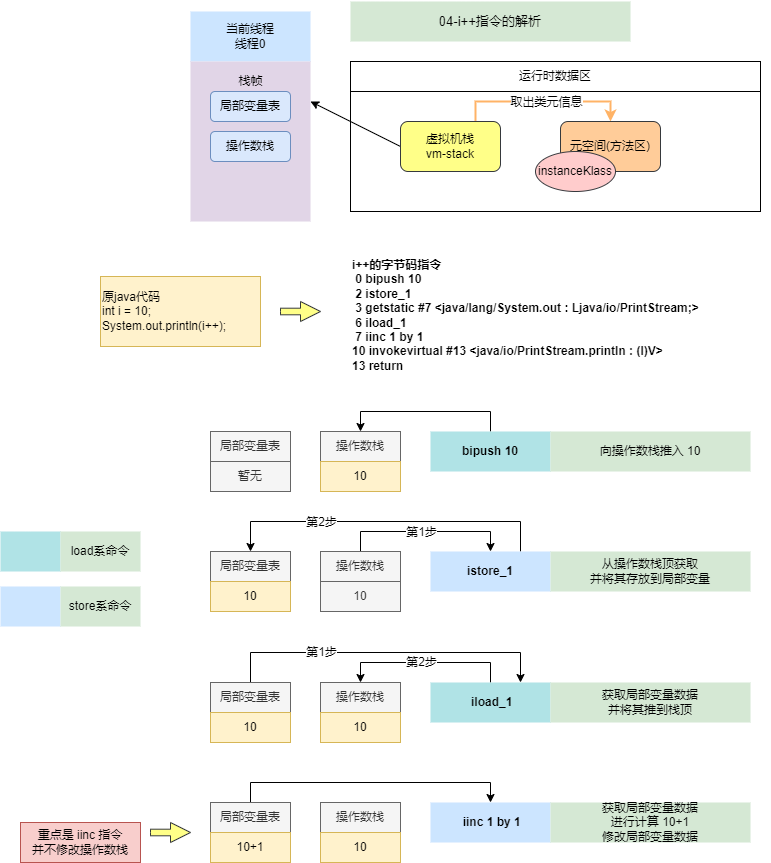
This is jvm/i++_runing_explain.png from yufarui/simple_picture, a draw.io export, as it was before one commit. Source tidied: cells renumbered, new cells last; positions are measured from the earlier drawing's top-left corner, leaving out a move shared by most shapes. Its diagram source:
```xml
<mxGraphModel>
  <root>
    <mxCell id="0" />
    <mxCell id="1" parent="0" />
    <mxCell id="2" style="rounded=0;whiteSpace=wrap;html=1;fontSize=12;" parent="1" vertex="1">
      <mxGeometry x="350" y="90" width="410" height="120" as="geometry" />
    </mxCell>
    <mxCell id="3" style="edgeStyle=orthogonalEdgeStyle;rounded=0;jettySize=auto;html=1;exitX=0.75;exitY=0;exitDx=0;exitDy=0;entryX=0.5;entryY=0;entryDx=0;entryDy=0;strokeColor=#FFB366;strokeWidth=2;" parent="1" edge="1" source="6" target="7">
      <mxGeometry relative="1" as="geometry" />
    </mxCell>
    <mxCell id="4" value="取出类元信息" style="edgeLabel;html=1;align=center;verticalAlign=middle;" parent="3" vertex="1">
      <mxGeometry x="0.17" y="-1" relative="1" as="geometry">
        <mxPoint x="-12" y="-1" as="offset" />
      </mxGeometry>
    </mxCell>
    <mxCell id="5" style="edgeStyle=none;rounded=0;jettySize=auto;html=1;exitX=0;exitY=0.5;exitDx=0;exitDy=0;entryX=1;entryY=0.25;entryDx=0;entryDy=0;" parent="1" edge="1" source="6" target="13">
      <mxGeometry relative="1" as="geometry" />
    </mxCell>
    <mxCell id="6" value="虚拟机栈&lt;br&gt;vm-stack" style="rounded=1;whiteSpace=wrap;html=1;fillColor=#ffff88;strokeColor=#36393d;" parent="1" vertex="1">
      <mxGeometry x="400" y="120" width="100" height="50" as="geometry" />
    </mxCell>
    <mxCell id="7" value="元空间(方法区)" style="rounded=1;whiteSpace=wrap;html=1;fillColor=#ffcc99;strokeColor=#36393d;" parent="1" vertex="1">
      <mxGeometry x="560" y="120" width="100" height="50" as="geometry" />
    </mxCell>
    <mxCell id="8" value="instanceKlass" style="ellipse;whiteSpace=wrap;html=1;fillColor=#ffcccc;strokeColor=#36393d;" parent="1" vertex="1">
      <mxGeometry x="535" y="150" width="80" height="40" as="geometry" />
    </mxCell>
    <mxCell id="9" value="运行时数据区" style="rounded=0;whiteSpace=wrap;html=1;fontSize=12;" parent="1" vertex="1">
      <mxGeometry x="350" y="60" width="410" height="30" as="geometry" />
    </mxCell>
    <mxCell id="10" style="edgeStyle=orthogonalEdgeStyle;rounded=0;jettySize=auto;html=1;exitX=0.5;exitY=0;exitDx=0;exitDy=0;entryX=0.5;entryY=0;entryDx=0;entryDy=0;" parent="1" edge="1" source="11" target="17">
      <mxGeometry relative="1" as="geometry" />
    </mxCell>
    <mxCell id="11" value="&lt;b style=&quot;text-align: left&quot;&gt;bipush 10&lt;/b&gt;" style="rounded=0;whiteSpace=wrap;html=1;fontSize=12;strokeColor=none;fillColor=#b0e3e6;" parent="1" vertex="1">
      <mxGeometry x="430" y="430" width="120" height="40" as="geometry" />
    </mxCell>
    <mxCell id="12" value="当前线程&lt;br&gt;线程0" style="rounded=0;whiteSpace=wrap;html=1;fontSize=12;strokeColor=none;fillColor=#cce5ff;" parent="1" vertex="1">
      <mxGeometry x="190" y="10" width="120" height="50" as="geometry" />
    </mxCell>
    <mxCell id="13" style="rounded=0;whiteSpace=wrap;html=1;fontSize=12;fillColor=#e1d5e7;strokeColor=none;" parent="1" vertex="1">
      <mxGeometry x="190" y="60" width="120" height="160" as="geometry" />
    </mxCell>
    <mxCell id="14" value="栈帧" style="text;html=1;align=center;verticalAlign=middle;strokeColor=none;fillColor=none;" parent="1" vertex="1">
      <mxGeometry x="230" y="70" width="40" height="20" as="geometry" />
    </mxCell>
    <mxCell id="15" value="局部变量表" style="rounded=1;whiteSpace=wrap;html=1;fillColor=#dae8fc;strokeColor=#6c8ebf;" parent="1" vertex="1">
      <mxGeometry x="210" y="90" width="80" height="30" as="geometry" />
    </mxCell>
    <mxCell id="16" value="操作数栈" style="rounded=1;whiteSpace=wrap;html=1;fillColor=#dae8fc;strokeColor=#6c8ebf;" parent="1" vertex="1">
      <mxGeometry x="210" y="130" width="80" height="30" as="geometry" />
    </mxCell>
    <mxCell id="17" value="操作数栈" style="rounded=0;whiteSpace=wrap;html=1;fillColor=#f5f5f5;strokeColor=#666666;fontColor=#333333;" parent="1" vertex="1">
      <mxGeometry x="320" y="430" width="80" height="30" as="geometry" />
    </mxCell>
    <mxCell id="18" value="10" style="rounded=0;whiteSpace=wrap;html=1;fillColor=#fff2cc;strokeColor=#d6b656;" parent="1" vertex="1">
      <mxGeometry x="320" y="460" width="80" height="30" as="geometry" />
    </mxCell>
    <mxCell id="19" style="edgeStyle=orthogonalEdgeStyle;rounded=0;jettySize=auto;html=1;exitX=0.75;exitY=0;exitDx=0;exitDy=0;entryX=0.5;entryY=0;entryDx=0;entryDy=0;" parent="1" edge="1" source="21" target="32">
      <mxGeometry relative="1" as="geometry">
        <Array as="points">
          <mxPoint x="520" y="520" />
          <mxPoint x="250" y="520" />
        </Array>
      </mxGeometry>
    </mxCell>
    <mxCell id="20" value="第2步" style="edgeLabel;html=1;align=center;verticalAlign=middle;" parent="19" vertex="1">
      <mxGeometry x="0.5" y="-6" relative="1" as="geometry">
        <mxPoint x="17" y="6" as="offset" />
      </mxGeometry>
    </mxCell>
    <mxCell id="21" value="&lt;div style=&quot;text-align: left&quot;&gt;&lt;b&gt;istore_1&lt;/b&gt;&lt;br&gt;&lt;/div&gt;" style="rounded=0;whiteSpace=wrap;html=1;fontSize=12;strokeColor=none;fillColor=#cce5ff;" parent="1" vertex="1">
      <mxGeometry x="430" y="550" width="120" height="40" as="geometry" />
    </mxCell>
    <mxCell id="22" value="从操作数栈顶获取&lt;br&gt;并将其存放到局部变量" style="rounded=0;whiteSpace=wrap;html=1;fontSize=12;strokeColor=none;fillColor=#d5e8d4;" parent="1" vertex="1">
      <mxGeometry x="550" y="550" width="200" height="40" as="geometry" />
    </mxCell>
    <mxCell id="23" style="edgeStyle=orthogonalEdgeStyle;rounded=0;jettySize=auto;html=1;exitX=0.5;exitY=0;exitDx=0;exitDy=0;entryX=0.5;entryY=0;entryDx=0;entryDy=0;" parent="1" edge="1" source="25" target="21">
      <mxGeometry relative="1" as="geometry" />
    </mxCell>
    <mxCell id="24" value="第1步" style="edgeLabel;html=1;align=center;verticalAlign=middle;" parent="23" vertex="1">
      <mxGeometry x="0.21" y="1" relative="1" as="geometry">
        <mxPoint x="-23" y="1" as="offset" />
      </mxGeometry>
    </mxCell>
    <mxCell id="25" value="操作数栈" style="rounded=0;whiteSpace=wrap;html=1;fillColor=#f5f5f5;strokeColor=#666666;fontColor=#333333;" parent="1" vertex="1">
      <mxGeometry x="320" y="550" width="80" height="30" as="geometry" />
    </mxCell>
    <mxCell id="26" value="&lt;div&gt;&lt;b&gt;i++的字节码指令&lt;/b&gt;&lt;/div&gt;&lt;div&gt;&lt;div&gt;&lt;b&gt;&amp;nbsp;0 bipush 10&lt;/b&gt;&lt;/div&gt;&lt;div&gt;&lt;b&gt;&amp;nbsp;2 istore_1&lt;/b&gt;&lt;/div&gt;&lt;div&gt;&lt;b&gt;&amp;nbsp;3 getstatic #7 &amp;lt;java/lang/System.out : Ljava/io/PrintStream;&amp;gt;&lt;/b&gt;&lt;/div&gt;&lt;div&gt;&lt;b&gt;&amp;nbsp;6 iload_1&lt;/b&gt;&lt;/div&gt;&lt;div&gt;&lt;b&gt;&amp;nbsp;7 iinc 1 by 1&lt;/b&gt;&lt;/div&gt;&lt;div&gt;&lt;b&gt;10 invokevirtual #13 &amp;lt;java/io/PrintStream.println : (I)V&amp;gt;&lt;/b&gt;&lt;/div&gt;&lt;div&gt;&lt;b&gt;13 return&lt;/b&gt;&lt;/div&gt;&lt;/div&gt;" style="text;whiteSpace=wrap;html=1;" parent="1" vertex="1">
      <mxGeometry x="350" y="250" width="420" height="120" as="geometry" />
    </mxCell>
    <mxCell id="27" value="10" style="rounded=0;whiteSpace=wrap;html=1;fillColor=#f5f5f5;strokeColor=#666666;fontColor=#333333;" parent="1" vertex="1">
      <mxGeometry x="320" y="580" width="80" height="30" as="geometry" />
    </mxCell>
    <mxCell id="28" value="&lt;pre style=&quot;text-align: left ; font-size: 9.8pt&quot;&gt;&lt;font face=&quot;Helvetica&quot;&gt;04-i++指令的解析&lt;/font&gt;&lt;/pre&gt;" style="rounded=0;whiteSpace=wrap;html=1;fontSize=12;strokeColor=none;fillColor=#d5e8d4;labelBackgroundColor=none;fontFamily=Helvetica;" parent="1" vertex="1">
      <mxGeometry x="350" width="280" height="40" as="geometry" />
    </mxCell>
    <mxCell id="29" value="原java代码&lt;br&gt;int i = 10;&amp;nbsp; &amp;nbsp; &amp;nbsp; &amp;nbsp; System.out.println(i++);" style="rounded=0;whiteSpace=wrap;html=1;fontSize=12;strokeColor=#d6b656;fillColor=#fff2cc;align=left;" parent="1" vertex="1">
      <mxGeometry x="100" y="275" width="160" height="70" as="geometry" />
    </mxCell>
    <mxCell id="30" style="html=1;shadow=0;dashed=0;align=center;verticalAlign=middle;shape=mxgraph.arrows2.arrow;dy=0.67;dx=20;notch=0;labelBackgroundColor=#FFFFFF;fillColor=#ffff88;strokeColor=#36393d;" parent="1" vertex="1">
      <mxGeometry x="280" y="300" width="40" height="20" as="geometry" />
    </mxCell>
    <mxCell id="31" value="向操作数栈推入 10" style="rounded=0;whiteSpace=wrap;html=1;fontSize=12;strokeColor=none;fillColor=#d5e8d4;" parent="1" vertex="1">
      <mxGeometry x="550" y="430" width="200" height="40" as="geometry" />
    </mxCell>
    <mxCell id="32" value="局部变量表" style="rounded=0;whiteSpace=wrap;html=1;fillColor=#f5f5f5;strokeColor=#666666;fontColor=#333333;" parent="1" vertex="1">
      <mxGeometry x="210" y="550" width="80" height="30" as="geometry" />
    </mxCell>
    <mxCell id="33" value="10" style="rounded=0;whiteSpace=wrap;html=1;fillColor=#fff2cc;strokeColor=#d6b656;" parent="1" vertex="1">
      <mxGeometry x="210" y="580" width="80" height="30" as="geometry" />
    </mxCell>
    <mxCell id="34" style="edgeStyle=orthogonalEdgeStyle;rounded=0;jettySize=auto;html=1;exitX=0.5;exitY=0;exitDx=0;exitDy=0;entryX=0.5;entryY=0;entryDx=0;entryDy=0;" parent="1" edge="1" source="35" target="48">
      <mxGeometry relative="1" as="geometry" />
    </mxCell>
    <mxCell id="35" value="&lt;b style=&quot;text-align: left&quot;&gt;&amp;nbsp;iload_1&lt;/b&gt;" style="rounded=0;whiteSpace=wrap;html=1;fontSize=12;strokeColor=none;fillColor=#b0e3e6;" parent="1" vertex="1">
      <mxGeometry x="430" y="681" width="120" height="40" as="geometry" />
    </mxCell>
    <mxCell id="36" style="edgeStyle=orthogonalEdgeStyle;rounded=0;jettySize=auto;html=1;exitX=0.5;exitY=0;exitDx=0;exitDy=0;entryX=0.75;entryY=0;entryDx=0;entryDy=0;" parent="1" edge="1" source="39" target="35">
      <mxGeometry relative="1" as="geometry">
        <Array as="points">
          <mxPoint x="250" y="651" />
          <mxPoint x="520" y="651" />
        </Array>
      </mxGeometry>
    </mxCell>
    <mxCell id="37" value="第1步" style="edgeLabel;html=1;align=center;verticalAlign=middle;" parent="36" vertex="1">
      <mxGeometry x="-0.56" y="1" relative="1" as="geometry">
        <mxPoint x="27" as="offset" />
      </mxGeometry>
    </mxCell>
    <mxCell id="38" value="第2步" style="edgeLabel;html=1;align=center;verticalAlign=middle;" parent="36" vertex="1">
      <mxGeometry y="-9" relative="1" as="geometry">
        <mxPoint x="34" as="offset" />
      </mxGeometry>
    </mxCell>
    <mxCell id="39" value="局部变量表" style="rounded=0;whiteSpace=wrap;html=1;fillColor=#f5f5f5;strokeColor=#666666;fontColor=#333333;" parent="1" vertex="1">
      <mxGeometry x="210" y="681" width="80" height="30" as="geometry" />
    </mxCell>
    <mxCell id="40" value="10" style="rounded=0;whiteSpace=wrap;html=1;fillColor=#fff2cc;strokeColor=#d6b656;" parent="1" vertex="1">
      <mxGeometry x="210" y="711" width="80" height="30" as="geometry" />
    </mxCell>
    <mxCell id="41" value="获取局部变量数据&lt;br&gt;并将其推到栈顶" style="rounded=0;whiteSpace=wrap;html=1;fontSize=12;strokeColor=none;fillColor=#d5e8d4;" parent="1" vertex="1">
      <mxGeometry x="550" y="681" width="200" height="40" as="geometry" />
    </mxCell>
    <mxCell id="42" value="&lt;div style=&quot;text-align: left&quot;&gt;&lt;b&gt;&amp;nbsp;iinc 1 by 1&lt;/b&gt;&lt;br&gt;&lt;/div&gt;" style="rounded=0;whiteSpace=wrap;html=1;fontSize=12;strokeColor=none;fillColor=#cce5ff;" parent="1" vertex="1">
      <mxGeometry x="430" y="801" width="120" height="40" as="geometry" />
    </mxCell>
    <mxCell id="43" value="获取局部变量数据&lt;br&gt;进行计算 10+1&lt;br&gt;修改局部变量数据" style="rounded=0;whiteSpace=wrap;html=1;fontSize=12;strokeColor=none;fillColor=#d5e8d4;" parent="1" vertex="1">
      <mxGeometry x="550" y="801" width="200" height="40" as="geometry" />
    </mxCell>
    <mxCell id="44" style="edgeStyle=orthogonalEdgeStyle;rounded=0;jettySize=auto;html=1;exitX=0.5;exitY=0;exitDx=0;exitDy=0;entryX=0.5;entryY=0;entryDx=0;entryDy=0;" parent="1" edge="1" source="45" target="42">
      <mxGeometry relative="1" as="geometry" />
    </mxCell>
    <mxCell id="45" value="局部变量表" style="rounded=0;whiteSpace=wrap;html=1;fillColor=#f5f5f5;strokeColor=#666666;fontColor=#333333;" parent="1" vertex="1">
      <mxGeometry x="210" y="801" width="80" height="30" as="geometry" />
    </mxCell>
    <mxCell id="46" value="10+1" style="rounded=0;whiteSpace=wrap;html=1;fillColor=#fff2cc;strokeColor=#d6b656;" parent="1" vertex="1">
      <mxGeometry x="210" y="831" width="80" height="30" as="geometry" />
    </mxCell>
    <mxCell id="47" value="局部变量表" style="rounded=0;whiteSpace=wrap;html=1;fillColor=#f5f5f5;strokeColor=#666666;fontColor=#333333;" parent="1" vertex="1">
      <mxGeometry x="210" y="430" width="80" height="30" as="geometry" />
    </mxCell>
    <mxCell id="48" value="操作数栈" style="rounded=0;whiteSpace=wrap;html=1;fillColor=#f5f5f5;strokeColor=#666666;fontColor=#333333;" parent="1" vertex="1">
      <mxGeometry x="320" y="681" width="80" height="30" as="geometry" />
    </mxCell>
    <mxCell id="49" value="操作数栈" style="rounded=0;whiteSpace=wrap;html=1;fillColor=#f5f5f5;strokeColor=#666666;fontColor=#333333;" parent="1" vertex="1">
      <mxGeometry x="320" y="801" width="80" height="30" as="geometry" />
    </mxCell>
    <mxCell id="50" value="暂无" style="rounded=0;whiteSpace=wrap;html=1;fillColor=#f5f5f5;strokeColor=#666666;fontColor=#333333;" parent="1" vertex="1">
      <mxGeometry x="210" y="460" width="80" height="30" as="geometry" />
    </mxCell>
    <mxCell id="51" value="10" style="rounded=0;whiteSpace=wrap;html=1;fillColor=#fff2cc;strokeColor=#d6b656;" parent="1" vertex="1">
      <mxGeometry x="320" y="711" width="80" height="30" as="geometry" />
    </mxCell>
    <mxCell id="52" value="10" style="rounded=0;whiteSpace=wrap;html=1;fillColor=#fff2cc;strokeColor=#d6b656;" parent="1" vertex="1">
      <mxGeometry x="320" y="831" width="80" height="30" as="geometry" />
    </mxCell>
    <mxCell id="53" value="重点是 iinc 指令&lt;br&gt;并不修改操作数栈" style="rounded=0;whiteSpace=wrap;html=1;fontSize=12;fillColor=#f8cecc;strokeColor=#b85450;" parent="1" vertex="1">
      <mxGeometry x="20" y="821" width="120" height="40" as="geometry" />
    </mxCell>
    <mxCell id="54" style="rounded=0;whiteSpace=wrap;html=1;fontSize=12;strokeColor=none;fillColor=#b0e3e6;" parent="1" vertex="1">
      <mxGeometry y="530" width="60" height="40" as="geometry" />
    </mxCell>
    <mxCell id="55" value="load系命令" style="rounded=0;whiteSpace=wrap;html=1;fontSize=12;strokeColor=none;fillColor=#d5e8d4;" parent="1" vertex="1">
      <mxGeometry x="60" y="530" width="80" height="40" as="geometry" />
    </mxCell>
    <mxCell id="56" value="&lt;div style=&quot;text-align: left&quot;&gt;&lt;br&gt;&lt;/div&gt;" style="rounded=0;whiteSpace=wrap;html=1;fontSize=12;strokeColor=none;fillColor=#cce5ff;" parent="1" vertex="1">
      <mxGeometry y="585" width="60" height="40" as="geometry" />
    </mxCell>
    <mxCell id="57" value="store系命令" style="rounded=0;whiteSpace=wrap;html=1;fontSize=12;strokeColor=none;fillColor=#d5e8d4;" parent="1" vertex="1">
      <mxGeometry x="60" y="585" width="80" height="40" as="geometry" />
    </mxCell>
    <mxCell id="58" style="html=1;shadow=0;dashed=0;align=center;verticalAlign=middle;shape=mxgraph.arrows2.arrow;dy=0.67;dx=20;notch=0;labelBackgroundColor=#FFFFFF;fillColor=#ffff88;strokeColor=#36393d;" parent="1" vertex="1">
      <mxGeometry x="150" y="821" width="40" height="20" as="geometry" />
    </mxCell>
  </root>
</mxGraphModel>
```
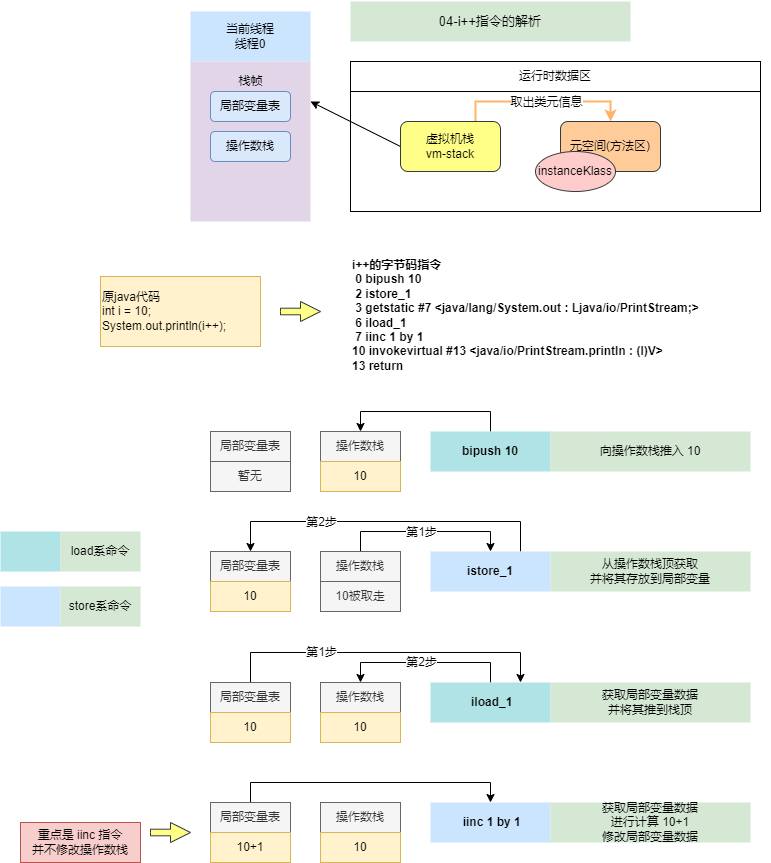
Later version of the same file.

Diff of the diagram source:
```diff
@@ -88,7 +88,7 @@
     <mxCell id="26" value="&lt;div&gt;&lt;b&gt;i++的字节码指令&lt;/b&gt;&lt;/div&gt;&lt;div&gt;&lt;div&gt;&lt;b&gt;&amp;nbsp;0 bipush 10&lt;/b&gt;&lt;/div&gt;&lt;div&gt;&lt;b&gt;&amp;nbsp;2 istore_1&lt;/b&gt;&lt;/div&gt;&lt;div&gt;&lt;b&gt;&amp;nbsp;3 getstatic #7 &amp;lt;java/lang/System.out : Ljava/io/PrintStream;&amp;gt;&lt;/b&gt;&lt;/div&gt;&lt;div&gt;&lt;b&gt;&amp;nbsp;6 iload_1&lt;/b&gt;&lt;/div&gt;&lt;div&gt;&lt;b&gt;&amp;nbsp;7 iinc 1 by 1&lt;/b&gt;&lt;/div&gt;&lt;div&gt;&lt;b&gt;10 invokevirtual #13 &amp;lt;java/io/PrintStream.println : (I)V&amp;gt;&lt;/b&gt;&lt;/div&gt;&lt;div&gt;&lt;b&gt;13 return&lt;/b&gt;&lt;/div&gt;&lt;/div&gt;" style="text;whiteSpace=wrap;html=1;" parent="1" vertex="1">
       <mxGeometry x="350" y="250" width="420" height="120" as="geometry" />
     </mxCell>
-    <mxCell id="27" value="10" style="rounded=0;whiteSpace=wrap;html=1;fillColor=#f5f5f5;strokeColor=#666666;fontColor=#333333;" parent="1" vertex="1">
+    <mxCell id="27" value="10被取走" style="rounded=0;whiteSpace=wrap;html=1;fillColor=#f5f5f5;strokeColor=#666666;fontColor=#333333;" parent="1" vertex="1">
       <mxGeometry x="320" y="580" width="80" height="30" as="geometry" />
     </mxCell>
     <mxCell id="28" value="&lt;pre style=&quot;text-align: left ; font-size: 9.8pt&quot;&gt;&lt;font face=&quot;Helvetica&quot;&gt;04-i++指令的解析&lt;/font&gt;&lt;/pre&gt;" style="rounded=0;whiteSpace=wrap;html=1;fontSize=12;strokeColor=none;fillColor=#d5e8d4;labelBackgroundColor=none;fontFamily=Helvetica;" parent="1" vertex="1">
```
